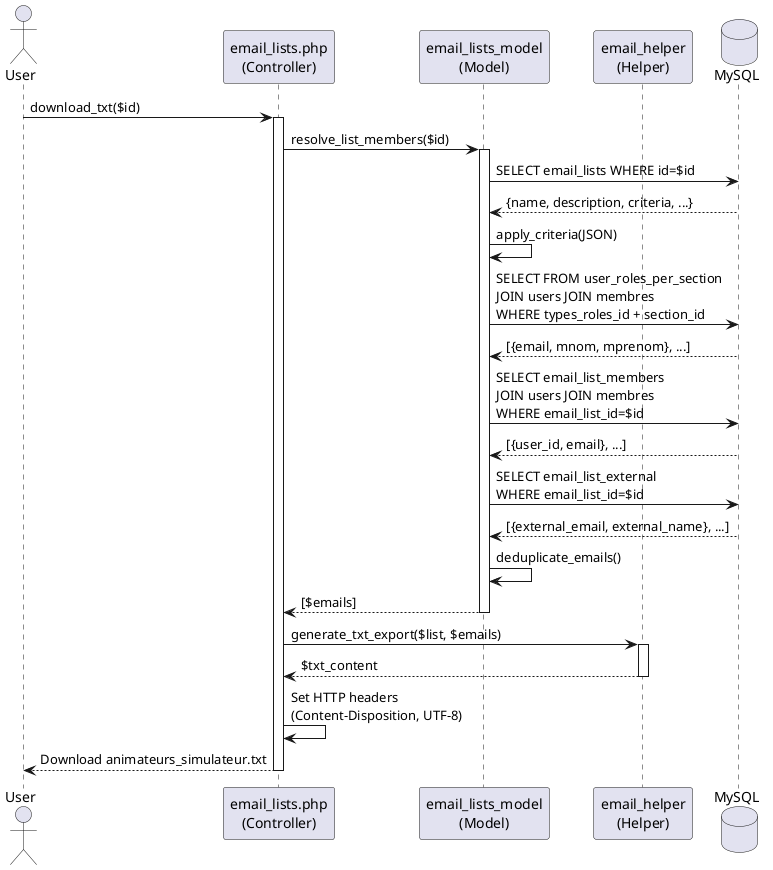
Before: doc/design_notes/diagrams/email_export_sequence.png, a diagram exported from PlantUML (flub78/gvv). The source it was exported from:
```plantuml
@startuml
actor User
participant "email_lists.php\n(Controller)" as Ctrl
participant "email_lists_model\n(Model)" as Model
participant "email_helper\n(Helper)" as Helper
database MySQL

User -> Ctrl: download_txt($id)
activate Ctrl

Ctrl -> Model: resolve_list_members($id)
activate Model

Model -> MySQL: SELECT email_lists WHERE id=$id
MySQL --> Model: {name, description, criteria, ...}

Model -> Model: apply_criteria(JSON)
Model -> MySQL: SELECT FROM user_roles_per_section\nJOIN users JOIN membres\nWHERE types_roles_id + section_id
MySQL --> Model: [{email, mnom, mprenom}, ...]

Model -> MySQL: SELECT email_list_members\nJOIN users JOIN membres\nWHERE email_list_id=$id
MySQL --> Model: [{user_id, email}, ...]

Model -> MySQL: SELECT email_list_external\nWHERE email_list_id=$id
MySQL --> Model: [{external_email, external_name}, ...]

Model -> Model: deduplicate_emails()
Model --> Ctrl: [$emails]
deactivate Model

Ctrl -> Helper: generate_txt_export($list, $emails)
activate Helper
Helper --> Ctrl: $txt_content
deactivate Helper

Ctrl -> Ctrl: Set HTTP headers\n(Content-Disposition, UTF-8)
Ctrl --> User: Download animateurs_simulateur.txt
deactivate Ctrl
@enduml
```
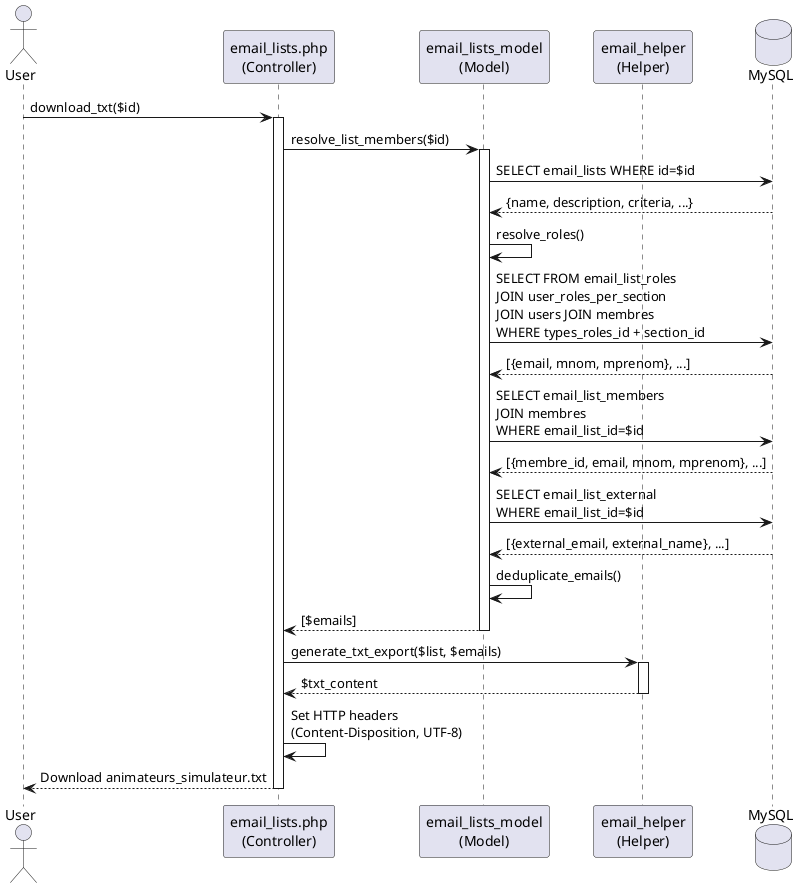
The same file after the commit.

Commit message:
email lists simplification

Change to the diagram source:
```diff
@@ -1,4 +1,4 @@
-@startuml
+@startuml email_export_sequence
 actor User
 participant "email_lists.php\n(Controller)" as Ctrl
 participant "email_lists_model\n(Model)" as Model
@@ -14,12 +14,12 @@
 Model -> MySQL: SELECT email_lists WHERE id=$id
 MySQL --> Model: {name, description, criteria, ...}
 
-Model -> Model: apply_criteria(JSON)
-Model -> MySQL: SELECT FROM user_roles_per_section\nJOIN users JOIN membres\nWHERE types_roles_id + section_id
+Model -> Model: resolve_roles()
+Model -> MySQL: SELECT FROM email_list_roles\nJOIN user_roles_per_section\nJOIN users JOIN membres\nWHERE types_roles_id + section_id
 MySQL --> Model: [{email, mnom, mprenom}, ...]
 
-Model -> MySQL: SELECT email_list_members\nJOIN users JOIN membres\nWHERE email_list_id=$id
-MySQL --> Model: [{user_id, email}, ...]
+Model -> MySQL: SELECT email_list_members\nJOIN membres\nWHERE email_list_id=$id
+MySQL --> Model: [{membre_id, email, mnom, mprenom}, ...]
 
 Model -> MySQL: SELECT email_list_external\nWHERE email_list_id=$id
 MySQL --> Model: [{external_email, external_name}, ...]
```
